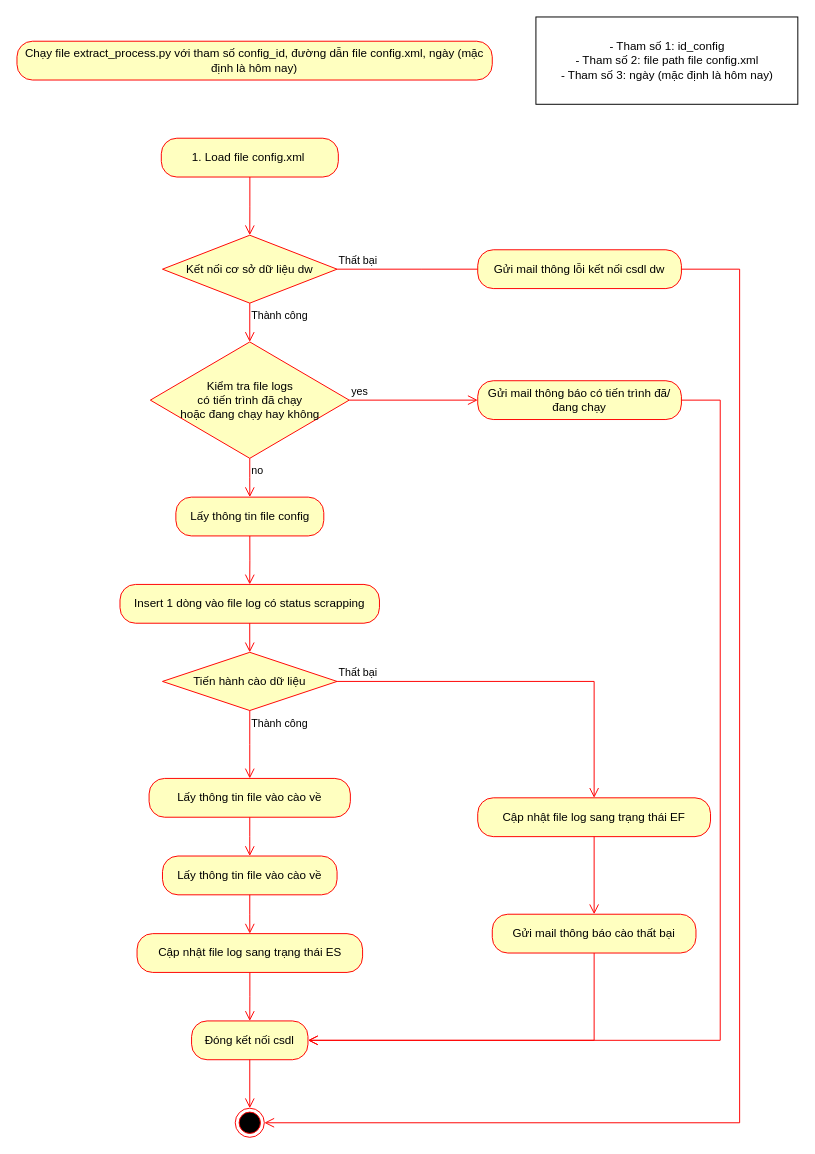
Earlier version of the draw.io diagram page "Extract File" (2 of 4) of architecture.drawio (million-dollar-dev/nlu-data-warehouse_project). Source tidied: cells renumbered, new cells numbered last; positions are measured from the earlier drawing's top-left corner, leaving out a move shared by most shapes. Both pictures are drawn from the tidied source at 97%, with x=0, y=0 at pixel (16, 16).
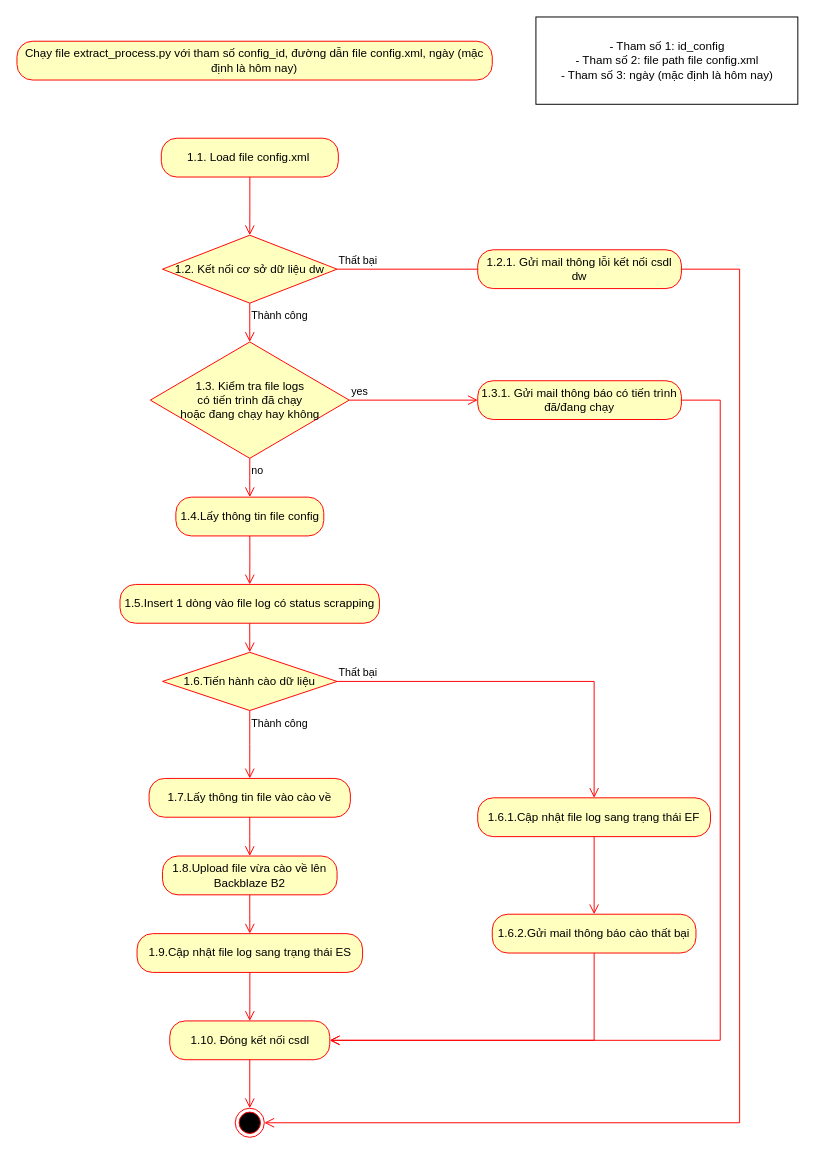
Above is the later version.

What changed in the source:
```diff
@@
-    <mxCell id="3" value="1. Load file config.xml&amp;nbsp;" style="rounded=1;whiteSpace=wrap;html=1;arcSize=40;fontColor=#000000;fillColor=#ffffc0;strokeColor=#ff0000;" parent="1" vertex="1">
+    <mxCell id="3" value="1.1. Load file config.xml&amp;nbsp;" style="rounded=1;whiteSpace=wrap;html=1;arcSize=40;fontColor=#000000;fillColor=#ffffc0;strokeColor=#ff0000;" parent="1" vertex="1">
       <mxGeometry x="148.8" y="125" width="182.5" height="40" as="geometry" />
     </mxCell>
@@
-    <mxCell id="6" value="Lấy thông tin file vào cào về" style="rounded=1;whiteSpace=wrap;html=1;arcSize=40;fontColor=#000000;fillColor=#ffffc0;strokeColor=#ff0000;" parent="1" vertex="1">
+    <mxCell id="6" value="1.8.Upload file vừa cào về lên Backblaze B2" style="rounded=1;whiteSpace=wrap;html=1;arcSize=40;fontColor=#000000;fillColor=#ffffc0;strokeColor=#ff0000;" parent="1" vertex="1">
       <mxGeometry x="150" y="865" width="180" height="40" as="geometry" />
     </mxCell>
@@
-    <mxCell id="8" value="Cập nhật file log sang trạng thái ES" style="rounded=1;whiteSpace=wrap;html=1;arcSize=40;fontColor=#000000;fillColor=#ffffc0;strokeColor=#ff0000;" parent="1" vertex="1">
+    <mxCell id="8" value="1.9.Cập nhật file log sang trạng thái ES" style="rounded=1;whiteSpace=wrap;html=1;arcSize=40;fontColor=#000000;fillColor=#ffffc0;strokeColor=#ff0000;" parent="1" vertex="1">
       <mxGeometry x="123.8" y="945" width="232.5" height="40" as="geometry" />
     </mxCell>
@@
-    <mxCell id="10" value="Kết nối cơ sở dữ liệu dw" style="rhombus;whiteSpace=wrap;html=1;fillColor=#ffffc0;strokeColor=#ff0000;" parent="1" vertex="1">
+    <mxCell id="10" value="1.2. Kết nối cơ sở dữ liệu dw" style="rhombus;whiteSpace=wrap;html=1;fillColor=#ffffc0;strokeColor=#ff0000;" parent="1" vertex="1">
       <mxGeometry x="150" y="225" width="180" height="70" as="geometry" />
     </mxCell>
@@
-    <mxCell id="13" value="Kiểm tra file logs &lt;br&gt;có tiến trình đã chạy&lt;br&gt;hoặc đang chạy hay không" style="rhombus;whiteSpace=wrap;html=1;fillColor=#ffffc0;strokeColor=#ff0000;" parent="1" vertex="1">
+    <mxCell id="13" value="1.3. Kiểm tra file logs &lt;br&gt;có tiến trình đã chạy&lt;br&gt;hoặc đang chạy hay không" style="rhombus;whiteSpace=wrap;html=1;fillColor=#ffffc0;strokeColor=#ff0000;" parent="1" vertex="1">
       <mxGeometry x="137.5" y="335" width="205" height="120" as="geometry" />
     </mxCell>
@@
-    <mxCell id="16" value="Lấy thông tin file config" style="rounded=1;whiteSpace=wrap;html=1;arcSize=40;fontColor=#000000;fillColor=#ffffc0;strokeColor=#ff0000;" parent="1" vertex="1">
+    <mxCell id="16" value="1.4.Lấy thông tin file config" style="rounded=1;whiteSpace=wrap;html=1;arcSize=40;fontColor=#000000;fillColor=#ffffc0;strokeColor=#ff0000;" parent="1" vertex="1">
       <mxGeometry x="163.8" y="495" width="152.5" height="40" as="geometry" />
     </mxCell>
@@
-    <mxCell id="18" value="Insert 1 dòng vào file log có status scrapping" style="rounded=1;whiteSpace=wrap;html=1;arcSize=40;fontColor=#000000;fillColor=#ffffc0;strokeColor=#ff0000;" parent="1" vertex="1">
+    <mxCell id="18" value="1.5.Insert 1 dòng vào file log có status scrapping" style="rounded=1;whiteSpace=wrap;html=1;arcSize=40;fontColor=#000000;fillColor=#ffffc0;strokeColor=#ff0000;" parent="1" vertex="1">
       <mxGeometry x="106.2" y="585" width="267.5" height="40" as="geometry" />
     </mxCell>
-    <mxCell id="19" value="Tiến hành cào dữ liệu" style="rhombus;whiteSpace=wrap;html=1;fillColor=#ffffc0;strokeColor=#ff0000;" parent="1" vertex="1">
+    <mxCell id="19" value="1.6.Tiến hành cào dữ liệu" style="rhombus;whiteSpace=wrap;html=1;fillColor=#ffffc0;strokeColor=#ff0000;" parent="1" vertex="1">
       <mxGeometry x="150" y="655" width="180" height="60" as="geometry" />
     </mxCell>
@@
-    <mxCell id="23" value="Lấy thông tin file vào cào về" style="rounded=1;whiteSpace=wrap;html=1;arcSize=40;fontColor=#000000;fillColor=#ffffc0;strokeColor=#ff0000;" parent="1" vertex="1">
+    <mxCell id="23" value="1.7.Lấy thông tin file vào cào về" style="rounded=1;whiteSpace=wrap;html=1;arcSize=40;fontColor=#000000;fillColor=#ffffc0;strokeColor=#ff0000;" parent="1" vertex="1">
       <mxGeometry x="136.2" y="785" width="207.5" height="40" as="geometry" />
     </mxCell>
@@
-    <mxCell id="25" value="Cập nhật file log sang trạng thái EF" style="rounded=1;whiteSpace=wrap;html=1;arcSize=40;fontColor=#000000;fillColor=#ffffc0;strokeColor=#ff0000;" parent="1" vertex="1">
+    <mxCell id="25" value="1.6.1.Cập nhật file log sang trạng thái EF" style="rounded=1;whiteSpace=wrap;html=1;arcSize=40;fontColor=#000000;fillColor=#ffffc0;strokeColor=#ff0000;" parent="1" vertex="1">
       <mxGeometry x="475" y="805" width="240" height="40" as="geometry" />
     </mxCell>
-    <mxCell id="26" value="Đóng kết nối csdl" style="rounded=1;whiteSpace=wrap;html=1;arcSize=40;fontColor=#000000;fillColor=#ffffc0;strokeColor=#ff0000;" parent="1" vertex="1">
-      <mxGeometry x="180" y="1035" width="120" height="40" as="geometry" />
+    <mxCell id="26" value="1.10. Đóng kết nối csdl" style="rounded=1;whiteSpace=wrap;html=1;arcSize=40;fontColor=#000000;fillColor=#ffffc0;strokeColor=#ff0000;" parent="1" vertex="1">
+      <mxGeometry x="157.5" y="1035" width="165" height="40" as="geometry" />
     </mxCell>
@@
-    <mxCell id="29" value="Gửi mail thông báo cào thất bại" style="rounded=1;whiteSpace=wrap;html=1;arcSize=40;fontColor=#000000;fillColor=#ffffc0;strokeColor=#ff0000;" parent="1" vertex="1">
+    <mxCell id="29" value="1.6.2.Gửi mail thông báo cào thất bại" style="rounded=1;whiteSpace=wrap;html=1;arcSize=40;fontColor=#000000;fillColor=#ffffc0;strokeColor=#ff0000;" parent="1" vertex="1">
       <mxGeometry x="490" y="925" width="210" height="40" as="geometry" />
     </mxCell>
@@
-    <mxCell id="32" value="Gửi mail thông báo có tiến trình đã/đang chạy" style="rounded=1;whiteSpace=wrap;html=1;arcSize=40;fontColor=#000000;fillColor=#ffffc0;strokeColor=#ff0000;" parent="1" vertex="1">
+    <mxCell id="32" value="1.3.1. Gửi mail thông báo có tiến trình đã/đang chạy" style="rounded=1;whiteSpace=wrap;html=1;arcSize=40;fontColor=#000000;fillColor=#ffffc0;strokeColor=#ff0000;" parent="1" vertex="1">
       <mxGeometry x="475" y="375" width="210" height="40" as="geometry" />
     </mxCell>
-    <mxCell id="33" value="Gửi mail thông lỗi kết nối csdl dw" style="rounded=1;whiteSpace=wrap;html=1;arcSize=40;fontColor=#000000;fillColor=#ffffc0;strokeColor=#ff0000;" parent="1" vertex="1">
+    <mxCell id="33" value="1.2.1. Gửi mail thông lỗi kết nối csdl dw" style="rounded=1;whiteSpace=wrap;html=1;arcSize=40;fontColor=#000000;fillColor=#ffffc0;strokeColor=#ff0000;" parent="1" vertex="1">
       <mxGeometry x="475" y="240" width="210" height="40" as="geometry" />
     </mxCell>
```
